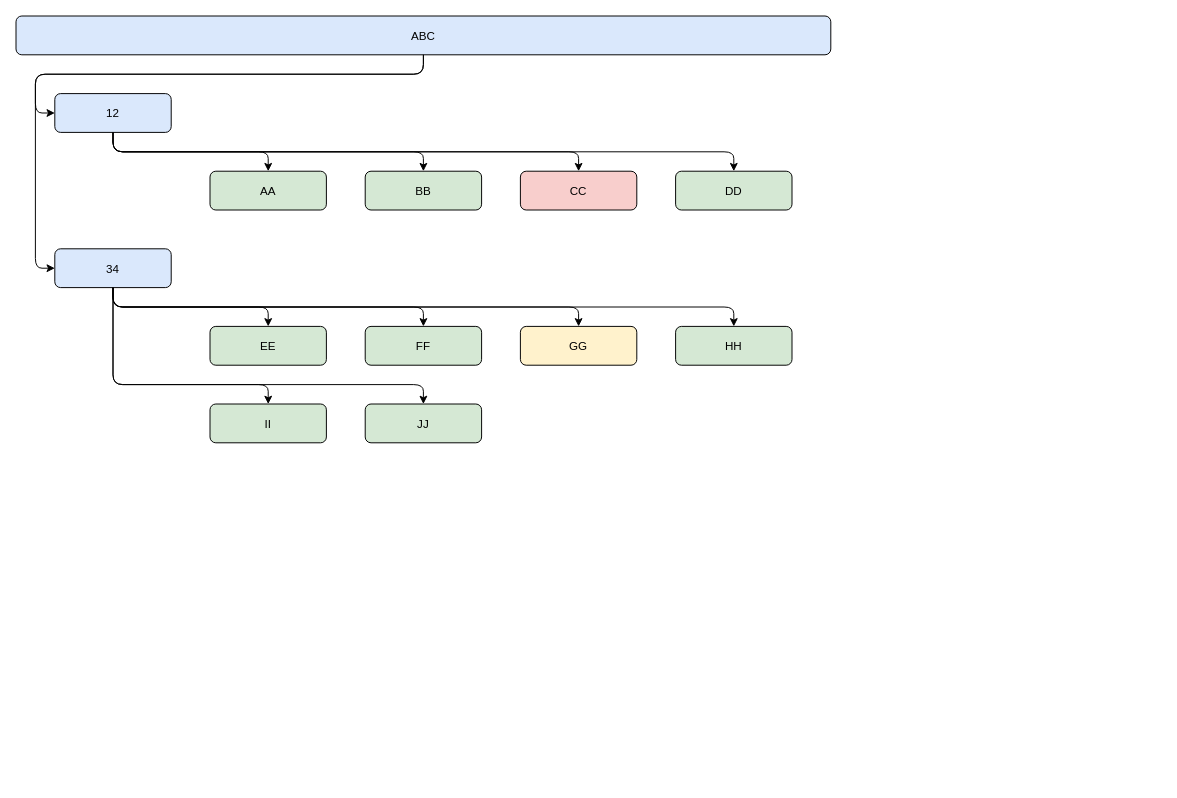
Before: page "ABC" (1 of 3) of diagram.drawio in Matt-Owen-81/csv2drawio, a draw.io diagram. Source tidied: cells renumbered, new cells numbered last; positions are measured from the earlier drawing's top-left corner, leaving out a move shared by most shapes. Both pictures are drawn from the tidied source at 97%, with x=0, y=0 at pixel (16, 16).
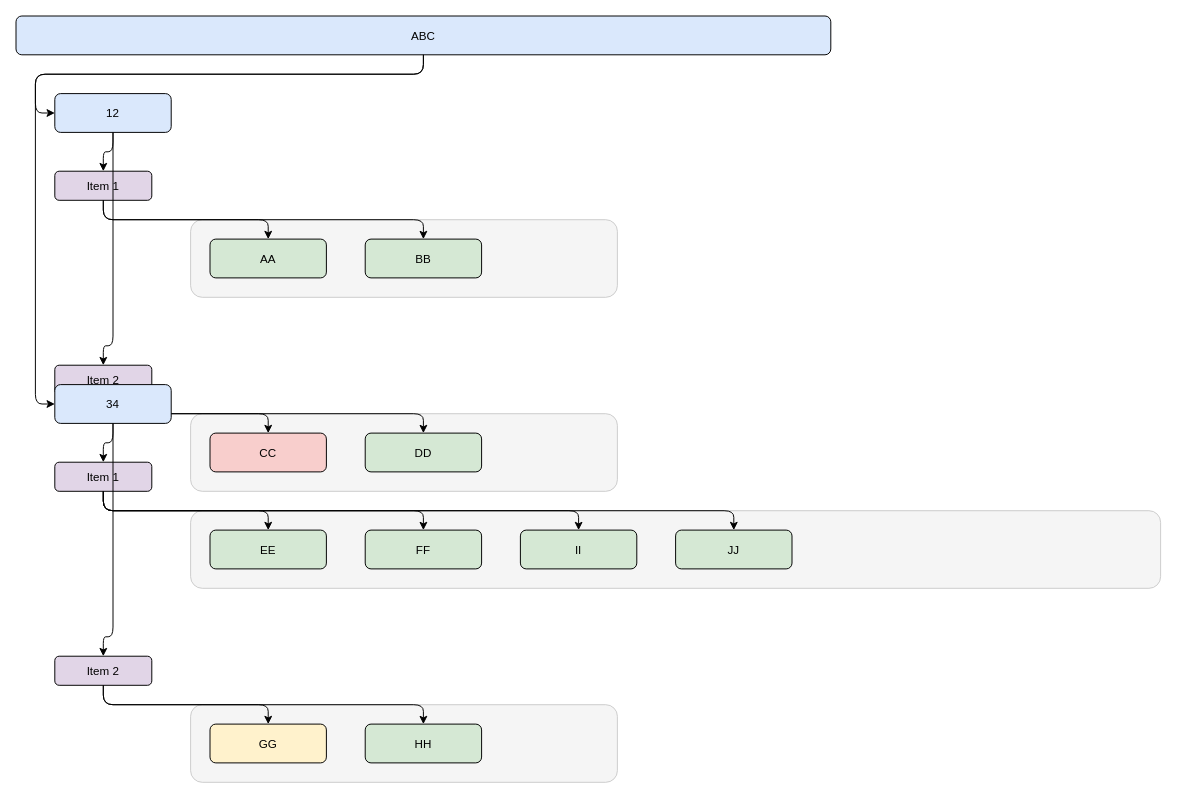
Above is the later version.

Unchanged cells that the change refers to:
```xml
<mxCell id="2" value="ABC" style="rounded=1;fillColor=#dae8fc;" parent="1" vertex="1" edge="0">
  <mxGeometry width="840" height="40" as="geometry" />
</mxCell>
<mxCell id="3" value="12" style="rounded=1;fillColor=#dae8fc;" parent="1" vertex="1" edge="0">
  <mxGeometry x="40" y="80" width="120" height="40" as="geometry" />
</mxCell>
```

Diff of the diagram source:
```diff
@@
+    <mxCell id="27" value="Item 1" style="rounded=1;fillColor=#e1d5e7;" parent="1" vertex="1" edge="0">
+      <mxGeometry x="40" y="160" width="100" height="30" as="geometry" />
+    </mxCell>
+    <mxCell id="28" style="edgeStyle=orthogonalEdgeStyle;exitX=0.5;exitY=1;entryX=0.5;entryY=0;" parent="1" edge="1" source="3" target="27">
+      <mxGeometry relative="1" as="geometry">
+        <Array as="points">
+          <mxPoint x="100" y="140" />
+          <mxPoint x="90" y="140" />
+        </Array>
+      </mxGeometry>
+    </mxCell>
+    <mxCell id="29" style="rounded=1;fillColor=#f5f5f5;strokeColor=#cccccc;" parent="1" vertex="1" edge="0">
+      <mxGeometry x="180" y="210" width="440" height="80" as="geometry" />
+    </mxCell>
     <mxCell id="5" value="AA" style="rounded=1;fillColor=#d5e8d4;" parent="1" vertex="1" edge="0">
-      <mxGeometry x="200" y="160" width="120" height="40" as="geometry" />
+      <mxGeometry x="200" y="230" width="120" height="40" as="geometry" />
     </mxCell>
-    <mxCell id="6" style="edgeStyle=orthogonalEdgeStyle;exitX=0.5;exitY=1;entryX=0.5;entryY=0;entryDx=0;entryDy=0;" parent="1" edge="1" source="3" target="5">
-      <mxGeometry relative="1" as="geometry">
-        <Array as="points">
-          <mxPoint x="100" y="140" />
-          <mxPoint x="260" y="140" />
-        </Array>
-      </mxGeometry>
-    </mxCell>
+    <mxCell id="30" style="edgeStyle=orthogonalEdgeStyle;exitX=0.5;exitY=1;entryX=0.5;entryY=0;" parent="1" edge="1" source="27" target="5">
+      <mxGeometry relative="1" as="geometry">
+        <Array as="points">
+          <mxPoint x="90" y="210" />
+          <mxPoint x="260" y="210" />
+        </Array>
+      </mxGeometry>
+    </mxCell>
     <mxCell id="7" value="BB" style="rounded=1;fillColor=#d5e8d4;" parent="1" vertex="1" edge="0">
-      <mxGeometry x="360" y="160" width="120" height="40" as="geometry" />
+      <mxGeometry x="360" y="230" width="120" height="40" as="geometry" />
     </mxCell>
-    <mxCell id="8" style="edgeStyle=orthogonalEdgeStyle;exitX=0.5;exitY=1;entryX=0.5;entryY=0;entryDx=0;entryDy=0;" parent="1" edge="1" source="3" target="7">
-      <mxGeometry relative="1" as="geometry">
-        <Array as="points">
-          <mxPoint x="100" y="140" />
-          <mxPoint x="420" y="140" />
-        </Array>
-      </mxGeometry>
-    </mxCell>
+    <mxCell id="31" style="edgeStyle=orthogonalEdgeStyle;exitX=0.5;exitY=1;entryX=0.5;entryY=0;" parent="1" edge="1" source="27" target="7">
+      <mxGeometry relative="1" as="geometry">
+        <Array as="points">
+          <mxPoint x="90" y="210" />
+          <mxPoint x="420" y="210" />
+        </Array>
+      </mxGeometry>
+    </mxCell>
+    <mxCell id="32" value="Item 2" style="rounded=1;fillColor=#e1d5e7;" parent="1" vertex="1" edge="0">
+      <mxGeometry x="40" y="360" width="100" height="30" as="geometry" />
+    </mxCell>
+    <mxCell id="33" style="edgeStyle=orthogonalEdgeStyle;exitX=0.5;exitY=1;entryX=0.5;entryY=0;" parent="1" edge="1" source="3" target="32">
+      <mxGeometry relative="1" as="geometry">
+        <Array as="points">
+          <mxPoint x="100" y="340" />
+          <mxPoint x="90" y="340" />
+        </Array>
+      </mxGeometry>
+    </mxCell>
+    <mxCell id="34" style="rounded=1;fillColor=#f5f5f5;strokeColor=#cccccc;" parent="1" vertex="1" edge="0">
+      <mxGeometry x="180" y="410" width="440" height="80" as="geometry" />
+    </mxCell>
     <mxCell id="9" value="CC" style="rounded=1;fillColor=#f8cecc;" parent="1" vertex="1" edge="0">
-      <mxGeometry x="520" y="160" width="120" height="40" as="geometry" />
+      <mxGeometry x="200" y="430" width="120" height="40" as="geometry" />
     </mxCell>
-    <mxCell id="10" style="edgeStyle=orthogonalEdgeStyle;exitX=0.5;exitY=1;entryX=0.5;entryY=0;entryDx=0;entryDy=0;" parent="1" edge="1" source="3" target="9">
-      <mxGeometry relative="1" as="geometry">
-        <Array as="points">
-          <mxPoint x="100" y="140" />
-          <mxPoint x="580" y="140" />
-        </Array>
-      </mxGeometry>
-    </mxCell>
+    <mxCell id="35" style="edgeStyle=orthogonalEdgeStyle;exitX=0.5;exitY=1;entryX=0.5;entryY=0;" parent="1" edge="1" source="32" target="9">
+      <mxGeometry relative="1" as="geometry">
+        <Array as="points">
+          <mxPoint x="90" y="410" />
+          <mxPoint x="260" y="410" />
+        </Array>
+      </mxGeometry>
+    </mxCell>
     <mxCell id="11" value="DD" style="rounded=1;fillColor=#d5e8d4;" parent="1" vertex="1" edge="0">
-      <mxGeometry x="680" y="160" width="120" height="40" as="geometry" />
+      <mxGeometry x="360" y="430" width="120" height="40" as="geometry" />
     </mxCell>
-    <mxCell id="12" style="edgeStyle=orthogonalEdgeStyle;exitX=0.5;exitY=1;entryX=0.5;entryY=0;entryDx=0;entryDy=0;" parent="1" edge="1" source="3" target="11">
-      <mxGeometry relative="1" as="geometry">
-        <Array as="points">
-          <mxPoint x="100" y="140" />
-          <mxPoint x="740" y="140" />
-        </Array>
-      </mxGeometry>
-    </mxCell>
+    <mxCell id="36" style="edgeStyle=orthogonalEdgeStyle;exitX=0.5;exitY=1;entryX=0.5;entryY=0;" parent="1" edge="1" source="32" target="11">
+      <mxGeometry relative="1" as="geometry">
+        <Array as="points">
+          <mxPoint x="90" y="410" />
+          <mxPoint x="420" y="410" />
+        </Array>
+      </mxGeometry>
+    </mxCell>
     <mxCell id="13" value="34" style="rounded=1;fillColor=#dae8fc;" parent="1" vertex="1" edge="0">
-      <mxGeometry x="40" y="240" width="120" height="40" as="geometry" />
+      <mxGeometry x="40" y="380" width="120" height="40" as="geometry" />
     </mxCell>
     <mxCell id="14" style="edgeStyle=orthogonalEdgeStyle;exitX=0.5;exitY=1;entryX=0;entryY=0.5;" parent="1" edge="1" source="2" target="13">
       <mxGeometry relative="1" as="geometry">
         <Array as="points">
           <mxPoint x="420" y="60" />
           <mxPoint x="20" y="60" />
-          <mxPoint x="20" y="260" />
+          <mxPoint x="20" y="400" />
         </Array>
       </mxGeometry>
     </mxCell>
+    <mxCell id="37" value="Item 1" style="rounded=1;fillColor=#e1d5e7;" parent="1" vertex="1" edge="0">
+      <mxGeometry x="40" y="460" width="100" height="30" as="geometry" />
+    </mxCell>
+    <mxCell id="38" style="edgeStyle=orthogonalEdgeStyle;exitX=0.5;exitY=1;entryX=0.5;entryY=0;" parent="1" edge="1" source="13" target="37">
+      <mxGeometry relative="1" as="geometry">
+        <Array as="points">
+          <mxPoint x="100" y="440" />
+          <mxPoint x="90" y="440" />
+        </Array>
+      </mxGeometry>
+    </mxCell>
+    <mxCell id="39" style="rounded=1;fillColor=#f5f5f5;strokeColor=#cccccc;" parent="1" vertex="1" edge="0">
+      <mxGeometry x="180" y="510" width="1000" height="80" as="geometry" />
+    </mxCell>
     <mxCell id="15" value="EE" style="rounded=1;fillColor=#d5e8d4;" parent="1" vertex="1" edge="0">
-      <mxGeometry x="200" y="320" width="120" height="40" as="geometry" />
+      <mxGeometry x="200" y="530" width="120" height="40" as="geometry" />
     </mxCell>
-    <mxCell id="16" style="edgeStyle=orthogonalEdgeStyle;exitX=0.5;exitY=1;entryX=0.5;entryY=0;entryDx=0;entryDy=0;" parent="1" edge="1" source="13" target="15">
-      <mxGeometry relative="1" as="geometry">
-        <Array as="points">
-          <mxPoint x="100" y="300" />
-          <mxPoint x="260" y="300" />
-        </Array>
-      </mxGeometry>
-    </mxCell>
+    <mxCell id="40" style="edgeStyle=orthogonalEdgeStyle;exitX=0.5;exitY=1;entryX=0.5;entryY=0;" parent="1" edge="1" source="37" target="15">
+      <mxGeometry relative="1" as="geometry">
+        <Array as="points">
+          <mxPoint x="90" y="510" />
+          <mxPoint x="260" y="510" />
+        </Array>
+      </mxGeometry>
+    </mxCell>
     <mxCell id="17" value="FF" style="rounded=1;fillColor=#d5e8d4;" parent="1" vertex="1" edge="0">
-      <mxGeometry x="360" y="320" width="120" height="40" as="geometry" />
+      <mxGeometry x="360" y="530" width="120" height="40" as="geometry" />
     </mxCell>
-    <mxCell id="18" style="edgeStyle=orthogonalEdgeStyle;exitX=0.5;exitY=1;entryX=0.5;entryY=0;entryDx=0;entryDy=0;" parent="1" edge="1" source="13" target="17">
-      <mxGeometry relative="1" as="geometry">
-        <Array as="points">
-          <mxPoint x="100" y="300" />
-          <mxPoint x="420" y="300" />
-        </Array>
-      </mxGeometry>
-    </mxCell>
+    <mxCell id="41" style="edgeStyle=orthogonalEdgeStyle;exitX=0.5;exitY=1;entryX=0.5;entryY=0;" parent="1" edge="1" source="37" target="17">
+      <mxGeometry relative="1" as="geometry">
+        <Array as="points">
+          <mxPoint x="90" y="510" />
+          <mxPoint x="420" y="510" />
+        </Array>
+      </mxGeometry>
+    </mxCell>
+    <mxCell id="23" value="II" style="rounded=1;fillColor=#d5e8d4;" parent="1" vertex="1" edge="0">
+      <mxGeometry x="520" y="530" width="120" height="40" as="geometry" />
+    </mxCell>
+    <mxCell id="42" style="edgeStyle=orthogonalEdgeStyle;exitX=0.5;exitY=1;entryX=0.5;entryY=0;" parent="1" edge="1" source="37" target="23">
+      <mxGeometry relative="1" as="geometry">
+        <Array as="points">
+          <mxPoint x="90" y="510" />
+          <mxPoint x="580" y="510" />
+        </Array>
+      </mxGeometry>
+    </mxCell>
+    <mxCell id="25" value="JJ" style="rounded=1;fillColor=#d5e8d4;" parent="1" vertex="1" edge="0">
+      <mxGeometry x="680" y="530" width="120" height="40" as="geometry" />
+    </mxCell>
+    <mxCell id="43" style="edgeStyle=orthogonalEdgeStyle;exitX=0.5;exitY=1;entryX=0.5;entryY=0;" parent="1" edge="1" source="37" target="25">
+      <mxGeometry relative="1" as="geometry">
+        <Array as="points">
+          <mxPoint x="90" y="510" />
+          <mxPoint x="740" y="510" />
+        </Array>
+      </mxGeometry>
+    </mxCell>
+    <mxCell id="44" value="Item 2" style="rounded=1;fillColor=#e1d5e7;" parent="1" vertex="1" edge="0">
+      <mxGeometry x="40" y="660" width="100" height="30" as="geometry" />
+    </mxCell>
+    <mxCell id="45" style="edgeStyle=orthogonalEdgeStyle;exitX=0.5;exitY=1;entryX=0.5;entryY=0;" parent="1" edge="1" source="13" target="44">
+      <mxGeometry relative="1" as="geometry">
+        <Array as="points">
+          <mxPoint x="100" y="640" />
+          <mxPoint x="90" y="640" />
+        </Array>
+      </mxGeometry>
+    </mxCell>
+    <mxCell id="46" style="rounded=1;fillColor=#f5f5f5;strokeColor=#cccccc;" parent="1" vertex="1" edge="0">
+      <mxGeometry x="180" y="710" width="440" height="80" as="geometry" />
+    </mxCell>
     <mxCell id="19" value="GG" style="rounded=1;fillColor=#fff2cc;" parent="1" vertex="1" edge="0">
-      <mxGeometry x="520" y="320" width="120" height="40" as="geometry" />
+      <mxGeometry x="200" y="730" width="120" height="40" as="geometry" />
     </mxCell>
-    <mxCell id="20" style="edgeStyle=orthogonalEdgeStyle;exitX=0.5;exitY=1;entryX=0.5;entryY=0;entryDx=0;entryDy=0;" parent="1" edge="1" source="13" target="19">
-      <mxGeometry relative="1" as="geometry">
-        <Array as="points">
-          <mxPoint x="100" y="300" />
-          <mxPoint x="580" y="300" />
-        </Array>
-      </mxGeometry>
-    </mxCell>
+    <mxCell id="47" style="edgeStyle=orthogonalEdgeStyle;exitX=0.5;exitY=1;entryX=0.5;entryY=0;" parent="1" edge="1" source="44" target="19">
+      <mxGeometry relative="1" as="geometry">
+        <Array as="points">
+          <mxPoint x="90" y="710" />
+          <mxPoint x="260" y="710" />
+        </Array>
+      </mxGeometry>
+    </mxCell>
     <mxCell id="21" value="HH" style="rounded=1;fillColor=#d5e8d4;" parent="1" vertex="1" edge="0">
-      <mxGeometry x="680" y="320" width="120" height="40" as="geometry" />
+      <mxGeometry x="360" y="730" width="120" height="40" as="geometry" />
     </mxCell>
-    <mxCell id="22" style="edgeStyle=orthogonalEdgeStyle;exitX=0.5;exitY=1;entryX=0.5;entryY=0;entryDx=0;entryDy=0;" parent="1" edge="1" source="13" target="21">
-      <mxGeometry relative="1" as="geometry">
-        <Array as="points">
-          <mxPoint x="100" y="300" />
-          <mxPoint x="740" y="300" />
-        </Array>
-      </mxGeometry>
-    </mxCell>
-    <mxCell id="23" value="II" style="rounded=1;fillColor=#d5e8d4;" parent="1" vertex="1" edge="0">
-      <mxGeometry x="200" y="400" width="120" height="40" as="geometry" />
-    </mxCell>
-    <mxCell id="24" style="edgeStyle=orthogonalEdgeStyle;exitX=0.5;exitY=1;entryX=0.5;entryY=0;entryDx=0;entryDy=0;" parent="1" edge="1" source="13" target="23">
-      <mxGeometry relative="1" as="geometry">
-        <Array as="points">
-          <mxPoint x="100" y="380" />
-          <mxPoint x="260" y="380" />
-        </Array>
-      </mxGeometry>
-    </mxCell>
-    <mxCell id="25" value="JJ" style="rounded=1;fillColor=#d5e8d4;" parent="1" vertex="1" edge="0">
-      <mxGeometry x="360" y="400" width="120" height="40" as="geometry" />
-    </mxCell>
-    <mxCell id="26" style="edgeStyle=orthogonalEdgeStyle;exitX=0.5;exitY=1;entryX=0.5;entryY=0;entryDx=0;entryDy=0;" parent="1" edge="1" source="13" target="25">
-      <mxGeometry relative="1" as="geometry">
-        <Array as="points">
-          <mxPoint x="100" y="380" />
-          <mxPoint x="420" y="380" />
-        </Array>
-      </mxGeometry>
-    </mxCell>
+    <mxCell id="48" style="edgeStyle=orthogonalEdgeStyle;exitX=0.5;exitY=1;entryX=0.5;entryY=0;" parent="1" edge="1" source="44" target="21">
+      <mxGeometry relative="1" as="geometry">
+        <Array as="points">
+          <mxPoint x="90" y="710" />
+          <mxPoint x="420" y="710" />
+        </Array>
+      </mxGeometry>
+    </mxCell>
```
